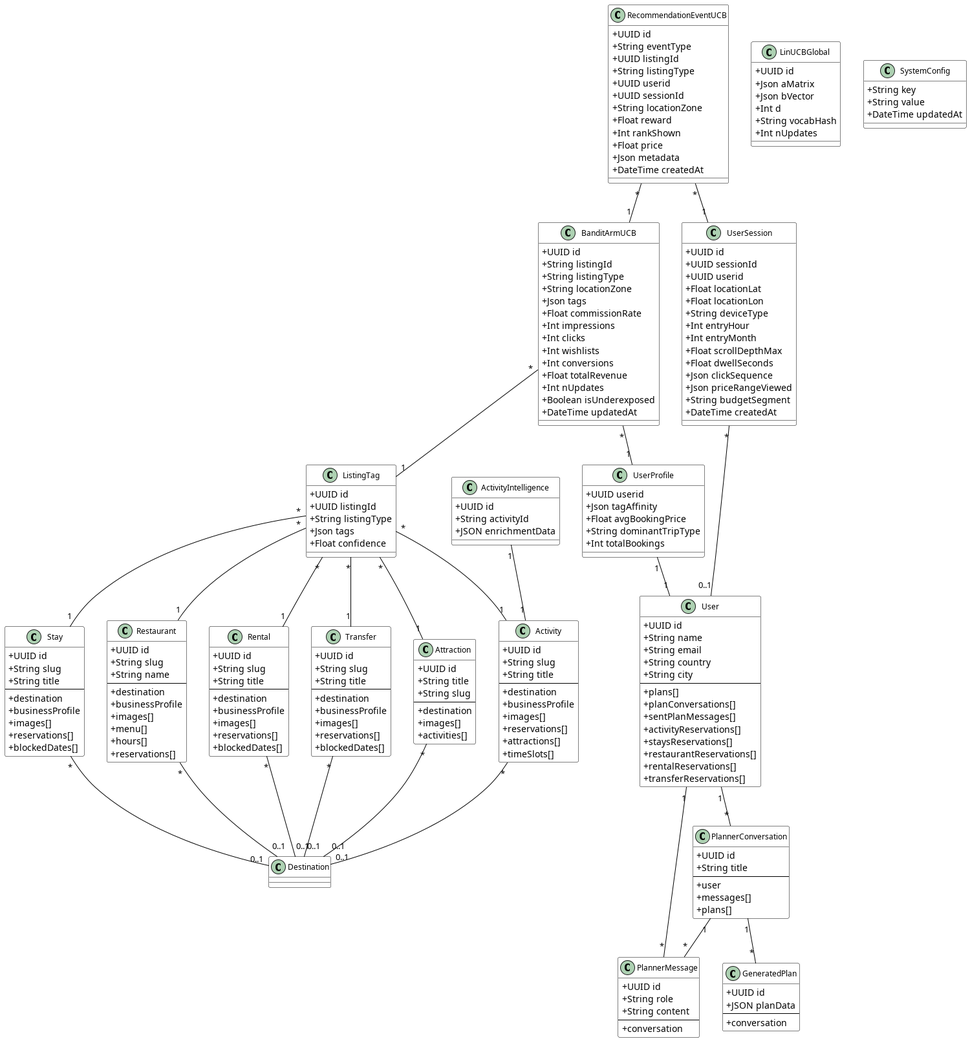
Above: diagrams/global_class_diagram.png in ahmed-addali/rapport (PlantUML), before the change.
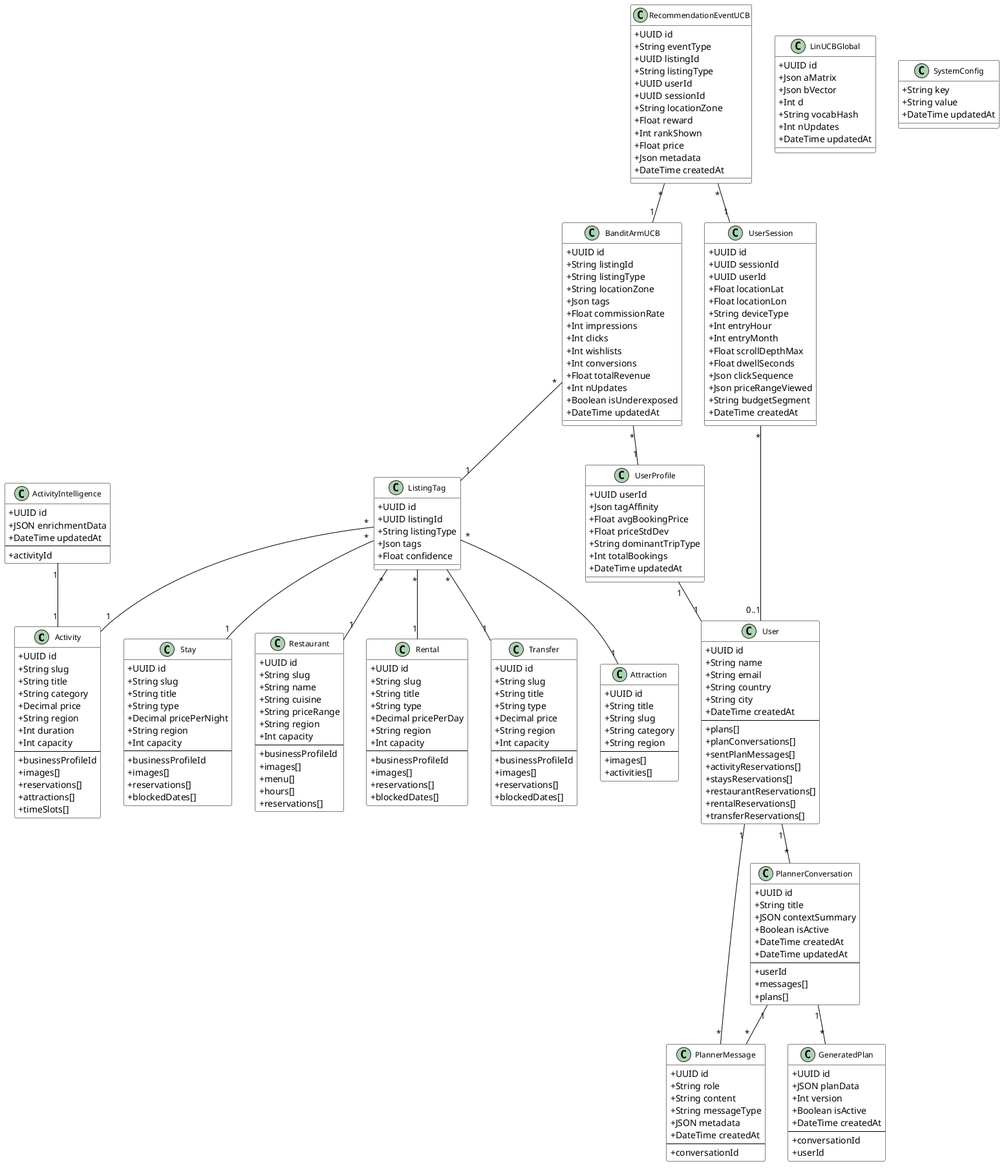
After the change.

The edit, as a diff of the source:
```diff
@@ -13,9 +13,13 @@
     +UUID id
     +String slug
     +String title
+    +String category
+    +Decimal price
+    +String region
+    +Int duration
+    +Int capacity
     --
-    +destination
-    +businessProfile
+    +businessProfileId
     +images[]
     +reservations[]
     +attractions[]
@@ -26,9 +30,12 @@
     +UUID id
     +String slug
     +String title
+    +String type
+    +Decimal pricePerNight
+    +String region
+    +Int capacity
     --
-    +destination
-    +businessProfile
+    +businessProfileId
     +images[]
     +reservations[]
     +blockedDates[]
@@ -38,9 +45,12 @@
     +UUID id
     +String slug
     +String name
+    +String cuisine
+    +String priceRange
+    +String region
+    +Int capacity
     --
-    +destination
-    +businessProfile
+    +businessProfileId
     +images[]
     +menu[]
     +hours[]
@@ -51,9 +61,12 @@
     +UUID id
     +String slug
     +String title
+    +String type
+    +Decimal pricePerDay
+    +String region
+    +Int capacity
     --
-    +destination
-    +businessProfile
+    +businessProfileId
     +images[]
     +reservations[]
     +blockedDates[]
@@ -63,9 +76,12 @@
     +UUID id
     +String slug
     +String title
+    +String type
+    +Decimal price
+    +String region
+    +Int capacity
     --
-    +destination
-    +businessProfile
+    +businessProfileId
     +images[]
     +reservations[]
     +blockedDates[]
@@ -75,8 +91,9 @@
     +UUID id
     +String title
     +String slug
+    +String category
+    +String region
     --
-    +destination
     +images[]
     +activities[]
 }
@@ -88,6 +105,7 @@
     +String email
     +String country
     +String city
+    +DateTime createdAt
     --
     +plans[]
     +planConversations[]
@@ -102,8 +120,12 @@
 class PlannerConversation {
     +UUID id
     +String title
+    +JSON contextSummary
+    +Boolean isActive
+    +DateTime createdAt
+    +DateTime updatedAt
     --
-    +user
+    +userId
     +messages[]
     +plans[]
 }
@@ -112,21 +134,30 @@
     +UUID id
     +String role
     +String content
+    +String messageType
+    +JSON metadata
+    +DateTime createdAt
     --
-    +conversation
+    +conversationId
 }
 
 class GeneratedPlan {
     +UUID id
     +JSON planData
+    +Int version
+    +Boolean isActive
+    +DateTime createdAt
     --
-    +conversation
+    +conversationId
+    +userId
 }
 
 class ActivityIntelligence {
     +UUID id
-    +String activityId
     +JSON enrichmentData
+    +DateTime updatedAt
+    --
+    +activityId
 }
 
 
@@ -154,6 +185,7 @@
     +Int d
     +String vocabHash
     +Int nUpdates
+    +DateTime updatedAt
 }
 
 class SystemConfig {
@@ -171,17 +203,19 @@
 }
 
 class UserProfile {
-    +UUID userid
+    +UUID userId
     +Json tagAffinity
     +Float avgBookingPrice
+    +Float priceStdDev
     +String dominantTripType
     +Int totalBookings
+    +DateTime updatedAt
 }
 
 class UserSession {
     +UUID id
     +UUID sessionId
-    +UUID userid
+    +UUID userId
     +Float locationLat
     +Float locationLon
     +String deviceType
@@ -200,7 +234,7 @@
     +String eventType
     +UUID listingId
     +String listingType
-    +UUID userid
+    +UUID userId
     +UUID sessionId
     +String locationZone
     +Float reward
@@ -211,16 +245,10 @@
 }
 
 
-Activity "*" -- "0..1" Destination
-Stay "*" -- "0..1" Destination
-Restaurant "*" -- "0..1" Destination
-Rental "*" -- "0..1" Destination
-Transfer "*" -- "0..1" Destination
-Attraction "*" -- "0..1" Destination
+
 
 User "1" -- "*" PlannerConversation
 User "1" -- "*" PlannerMessage
-
 
 PlannerConversation "1" -- "*" PlannerMessage
 PlannerConversation "1" -- "*" GeneratedPlan
```
